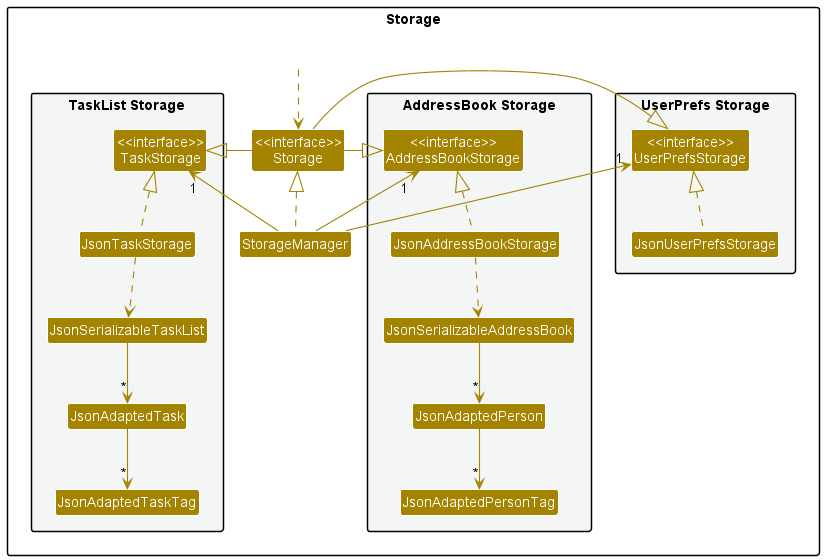
The PlantUML diagram docs/images/StorageClassDiagram.png in nus-cs2103-AY2223S1/tp, before a commit.
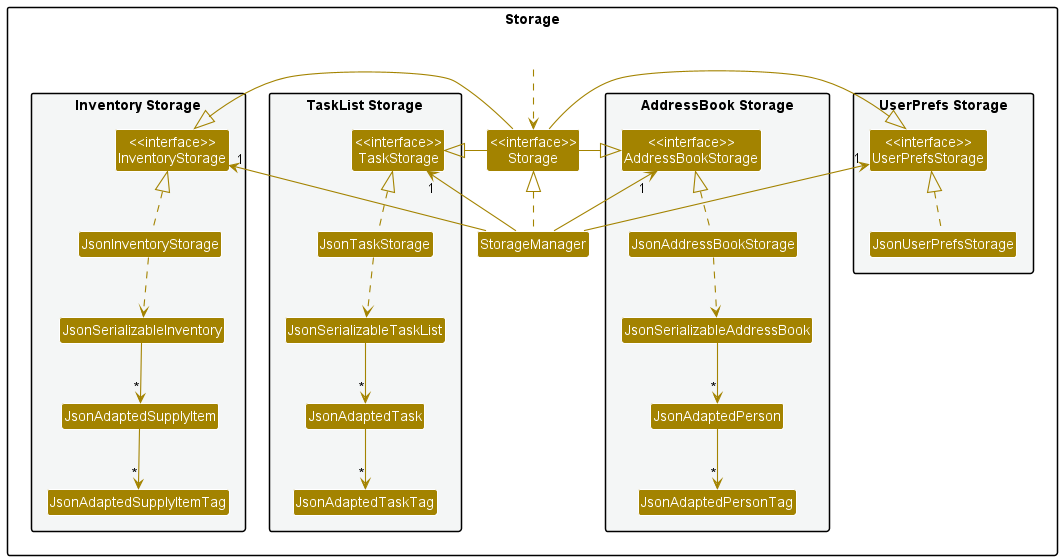
Later version of the same file.

Commit message:
Updates to DG in accordance to new changes to Storage and Model interfaces

Diff of the diagram source:
```diff
@@ -30,6 +30,14 @@
 Class JsonAdaptedTaskTag
 }
 
+package "Inventory Storage" #F4F6F6 {
+Class "<<interface>>\nInventoryStorage" as InventoryStorage
+Class JsonInventoryStorage
+Class JsonSerializableInventory
+Class JsonAdaptedSupplyItem
+Class JsonAdaptedSupplyItemTag
+}
+
 Class HiddenOutside #FFFFFF
 HiddenOutside ..> Storage
 
@@ -37,19 +45,25 @@
 StorageManager -up-> "1" UserPrefsStorage
 StorageManager -up-> "1" AddressBookStorage
 StorageManager -up-> "1" TaskStorage
+StorageManager -up-> "1" InventoryStorage
 
 Storage -left-|> UserPrefsStorage
 Storage -right-|> AddressBookStorage
 Storage -left-|> TaskStorage
+Storage -left-|> InventoryStorage
 
 JsonUserPrefsStorage .up.|> UserPrefsStorage
 JsonAddressBookStorage .up.|> AddressBookStorage
 JsonTaskStorage .up.|> TaskStorage
+JsonInventoryStorage .up.|> InventoryStorage
 JsonAddressBookStorage ..> JsonSerializableAddressBook
 JsonTaskStorage ..> JsonSerializableTaskList
+JsonInventoryStorage ..> JsonSerializableInventory
 JsonSerializableAddressBook --> "*" JsonAdaptedPerson
 JsonSerializableTaskList --> "*" JsonAdaptedTask
+JsonSerializableInventory --> "*" JsonAdaptedSupplyItem
 JsonAdaptedPerson --> "*" JsonAdaptedPersonTag
 JsonAdaptedTask --> "*" JsonAdaptedTaskTag
+JsonAdaptedSupplyItem --> "*" JsonAdaptedSupplyItemTag
 
 @enduml
```
